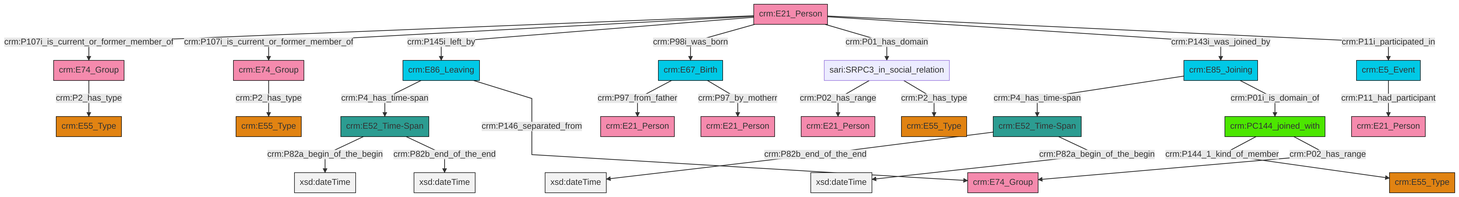
Above: et/personCSV/ttl/mmd/png/Person_Actor_Relations.png in swiss-art-research-net/reference-data-models (Mermaid), before the change. Its source is kept beside it as et/personCSV/ttl/mmd/Person_Actor_Relations.ttl.mmd. Source of this version:
```mermaid
graph TD
classDef Literal fill:#f2f2f2,stroke:#000000;
classDef CRM_Entity fill:#FFFFFF,stroke:#000000;
classDef Temporal_Entity fill:#00C9E6, stroke:#000000;
classDef Type fill:#E18312, stroke:#000000;
classDef Time-Span fill:#2C9C91, stroke:#000000;
classDef Appellation fill:#FFEB7F, stroke:#000000;
classDef Place fill:#008836, stroke:#000000;
classDef Persistent_Item fill:#B266B2, stroke:#000000;
classDef Conceptual_Object fill:#FFD700, stroke:#000000;
classDef Physical_Thing fill:#D2B48C, stroke:#000000;
classDef Actor fill:#f58aad, stroke:#000000;
classDef PC_Classes fill:#4ce600, stroke:#000000;
classDef Multi fill:#cccccc,stroke:#000000;

4["crm:E67_Birth"]:::Temporal_Entity -->|crm:P97_from_father| 5["crm:E21_Person"]:::Actor
6["crm:E21_Person"]:::Actor -->|crm:P107i_is_current_or_former_member_of| 0["crm:E74_Group"]:::Actor
6["crm:E21_Person"]:::Actor -->|crm:P107i_is_current_or_former_member_of| 9["crm:E74_Group"]:::Actor
10["crm:E52_Time-Span"]:::Time-Span -->|crm:P82b_end_of_the_end| 11[xsd:dateTime]:::Literal
12["crm:PC144_joined_with"]:::PC_Classes -->|crm:P144_1_kind_of_member| 13["crm:E55_Type"]:::Type
14["crm:E52_Time-Span"]:::Time-Span -->|crm:P82a_begin_of_the_begin| 15[xsd:dateTime]:::Literal
20["crm:E86_Leaving"]:::Temporal_Entity -->|crm:P4_has_time-span| 14["crm:E52_Time-Span"]:::Time-Span
6["crm:E21_Person"]:::Actor -->|crm:P145i_left_by| 20["crm:E86_Leaving"]:::Temporal_Entity
24["crm:E85_Joining"]:::Temporal_Entity -->|crm:P4_has_time-span| 10["crm:E52_Time-Span"]:::Time-Span
18["crm:E5_Event"]:::Temporal_Entity -->|crm:P11_had_participant| 28["crm:E21_Person"]:::Actor
10["crm:E52_Time-Span"]:::Time-Span -->|crm:P82a_begin_of_the_begin| 29[xsd:dateTime]:::Literal
4["crm:E67_Birth"]:::Temporal_Entity -->|crm:P97_by_motherr| 2["crm:E21_Person"]:::Actor
9["crm:E74_Group"]:::Actor -->|crm:P2_has_type| 32["crm:E55_Type"]:::Type
12["crm:PC144_joined_with"]:::PC_Classes -->|crm:P02_has_range| 34["crm:E74_Group"]:::Actor
6["crm:E21_Person"]:::Actor -->|crm:P98i_was_born| 4["crm:E67_Birth"]:::Temporal_Entity
6["crm:E21_Person"]:::Actor -->|crm:P01_has_domain| 7["sari:SRPC3_in_social_relation"]:::Default
6["crm:E21_Person"]:::Actor -->|crm:P143i_was_joined_by| 24["crm:E85_Joining"]:::Temporal_Entity
20["crm:E86_Leaving"]:::Temporal_Entity -->|crm:P146_separated_from| 34["crm:E74_Group"]:::Actor
14["crm:E52_Time-Span"]:::Time-Span -->|crm:P82b_end_of_the_end| 36[xsd:dateTime]:::Literal
6["crm:E21_Person"]:::Actor -->|crm:P11i_participated_in| 18["crm:E5_Event"]:::Temporal_Entity
7["sari:SRPC3_in_social_relation"]:::Default -->|crm:P02_has_range| 25["crm:E21_Person"]:::Actor
0["crm:E74_Group"]:::Actor -->|crm:P2_has_type| 16["crm:E55_Type"]:::Type
7["sari:SRPC3_in_social_relation"]:::Default -->|crm:P2_has_type| 37["crm:E55_Type"]:::Type
24["crm:E85_Joining"]:::Temporal_Entity -->|crm:P01i_is_domain_of| 12["crm:PC144_joined_with"]:::PC_Classes
```
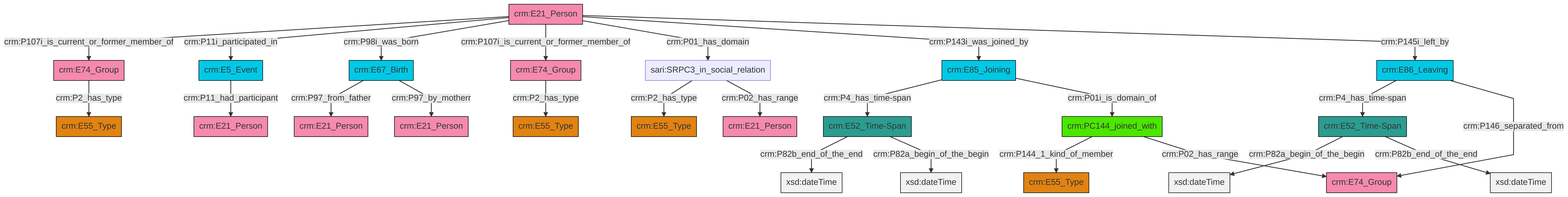
After the change.

The edit, as a diff of the source:
```diff
@@ -13,27 +13,27 @@
 classDef PC_Classes fill:#4ce600, stroke:#000000;
 classDef Multi fill:#cccccc,stroke:#000000;
 
-4["crm:E67_Birth"]:::Temporal_Entity -->|crm:P97_from_father| 5["crm:E21_Person"]:::Actor
-6["crm:E21_Person"]:::Actor -->|crm:P107i_is_current_or_former_member_of| 0["crm:E74_Group"]:::Actor
-6["crm:E21_Person"]:::Actor -->|crm:P107i_is_current_or_former_member_of| 9["crm:E74_Group"]:::Actor
-10["crm:E52_Time-Span"]:::Time-Span -->|crm:P82b_end_of_the_end| 11[xsd:dateTime]:::Literal
-12["crm:PC144_joined_with"]:::PC_Classes -->|crm:P144_1_kind_of_member| 13["crm:E55_Type"]:::Type
-14["crm:E52_Time-Span"]:::Time-Span -->|crm:P82a_begin_of_the_begin| 15[xsd:dateTime]:::Literal
-20["crm:E86_Leaving"]:::Temporal_Entity -->|crm:P4_has_time-span| 14["crm:E52_Time-Span"]:::Time-Span
-6["crm:E21_Person"]:::Actor -->|crm:P145i_left_by| 20["crm:E86_Leaving"]:::Temporal_Entity
-24["crm:E85_Joining"]:::Temporal_Entity -->|crm:P4_has_time-span| 10["crm:E52_Time-Span"]:::Time-Span
-18["crm:E5_Event"]:::Temporal_Entity -->|crm:P11_had_participant| 28["crm:E21_Person"]:::Actor
-10["crm:E52_Time-Span"]:::Time-Span -->|crm:P82a_begin_of_the_begin| 29[xsd:dateTime]:::Literal
-4["crm:E67_Birth"]:::Temporal_Entity -->|crm:P97_by_motherr| 2["crm:E21_Person"]:::Actor
-9["crm:E74_Group"]:::Actor -->|crm:P2_has_type| 32["crm:E55_Type"]:::Type
-12["crm:PC144_joined_with"]:::PC_Classes -->|crm:P02_has_range| 34["crm:E74_Group"]:::Actor
-6["crm:E21_Person"]:::Actor -->|crm:P98i_was_born| 4["crm:E67_Birth"]:::Temporal_Entity
-6["crm:E21_Person"]:::Actor -->|crm:P01_has_domain| 7["sari:SRPC3_in_social_relation"]:::Default
-6["crm:E21_Person"]:::Actor -->|crm:P143i_was_joined_by| 24["crm:E85_Joining"]:::Temporal_Entity
-20["crm:E86_Leaving"]:::Temporal_Entity -->|crm:P146_separated_from| 34["crm:E74_Group"]:::Actor
-14["crm:E52_Time-Span"]:::Time-Span -->|crm:P82b_end_of_the_end| 36[xsd:dateTime]:::Literal
-6["crm:E21_Person"]:::Actor -->|crm:P11i_participated_in| 18["crm:E5_Event"]:::Temporal_Entity
-7["sari:SRPC3_in_social_relation"]:::Default -->|crm:P02_has_range| 25["crm:E21_Person"]:::Actor
-0["crm:E74_Group"]:::Actor -->|crm:P2_has_type| 16["crm:E55_Type"]:::Type
-7["sari:SRPC3_in_social_relation"]:::Default -->|crm:P2_has_type| 37["crm:E55_Type"]:::Type
-24["crm:E85_Joining"]:::Temporal_Entity -->|crm:P01i_is_domain_of| 12["crm:PC144_joined_with"]:::PC_Classes
+6["crm:E21_Person"]:::Actor -->|crm:P107i_is_current_or_former_member_of| 7["crm:E74_Group"]:::Actor
+12["crm:E67_Birth"]:::Temporal_Entity -->|crm:P97_from_father| 13["crm:E21_Person"]:::Actor
+6["crm:E21_Person"]:::Actor -->|crm:P11i_participated_in| 14["crm:E5_Event"]:::Temporal_Entity
+15["crm:E86_Leaving"]:::Temporal_Entity -->|crm:P4_has_time-span| 16["crm:E52_Time-Span"]:::Time-Span
+6["crm:E21_Person"]:::Actor -->|crm:P98i_was_born| 12["crm:E67_Birth"]:::Temporal_Entity
+6["crm:E21_Person"]:::Actor -->|crm:P107i_is_current_or_former_member_of| 19["crm:E74_Group"]:::Actor
+7["crm:E74_Group"]:::Actor -->|crm:P2_has_type| 10["crm:E55_Type"]:::Type
+6["crm:E21_Person"]:::Actor -->|crm:P01_has_domain| 4["sari:SRPC3_in_social_relation"]:::Default
+15["crm:E86_Leaving"]:::Temporal_Entity -->|crm:P146_separated_from| 8["crm:E74_Group"]:::Actor
+17["crm:E85_Joining"]:::Temporal_Entity -->|crm:P4_has_time-span| 22["crm:E52_Time-Span"]:::Time-Span
+4["sari:SRPC3_in_social_relation"]:::Default -->|crm:P2_has_type| 24["crm:E55_Type"]:::Type
+14["crm:E5_Event"]:::Temporal_Entity -->|crm:P11_had_participant| 25["crm:E21_Person"]:::Actor
+19["crm:E74_Group"]:::Actor -->|crm:P2_has_type| 20["crm:E55_Type"]:::Type
+4["sari:SRPC3_in_social_relation"]:::Default -->|crm:P02_has_range| 28["crm:E21_Person"]:::Actor
+16["crm:E52_Time-Span"]:::Time-Span -->|crm:P82a_begin_of_the_begin| 29[xsd:dateTime]:::Literal
+12["crm:E67_Birth"]:::Temporal_Entity -->|crm:P97_by_motherr| 2["crm:E21_Person"]:::Actor
+0["crm:PC144_joined_with"]:::PC_Classes -->|crm:P144_1_kind_of_member| 32["crm:E55_Type"]:::Type
+22["crm:E52_Time-Span"]:::Time-Span -->|crm:P82b_end_of_the_end| 34[xsd:dateTime]:::Literal
+16["crm:E52_Time-Span"]:::Time-Span -->|crm:P82b_end_of_the_end| 36[xsd:dateTime]:::Literal
+17["crm:E85_Joining"]:::Temporal_Entity -->|crm:P01i_is_domain_of| 0["crm:PC144_joined_with"]:::PC_Classes
+0["crm:PC144_joined_with"]:::PC_Classes -->|crm:P02_has_range| 8["crm:E74_Group"]:::Actor
+6["crm:E21_Person"]:::Actor -->|crm:P143i_was_joined_by| 17["crm:E85_Joining"]:::Temporal_Entity
+22["crm:E52_Time-Span"]:::Time-Span -->|crm:P82a_begin_of_the_begin| 45[xsd:dateTime]:::Literal
+6["crm:E21_Person"]:::Actor -->|crm:P145i_left_by| 15["crm:E86_Leaving"]:::Temporal_Entity
```
